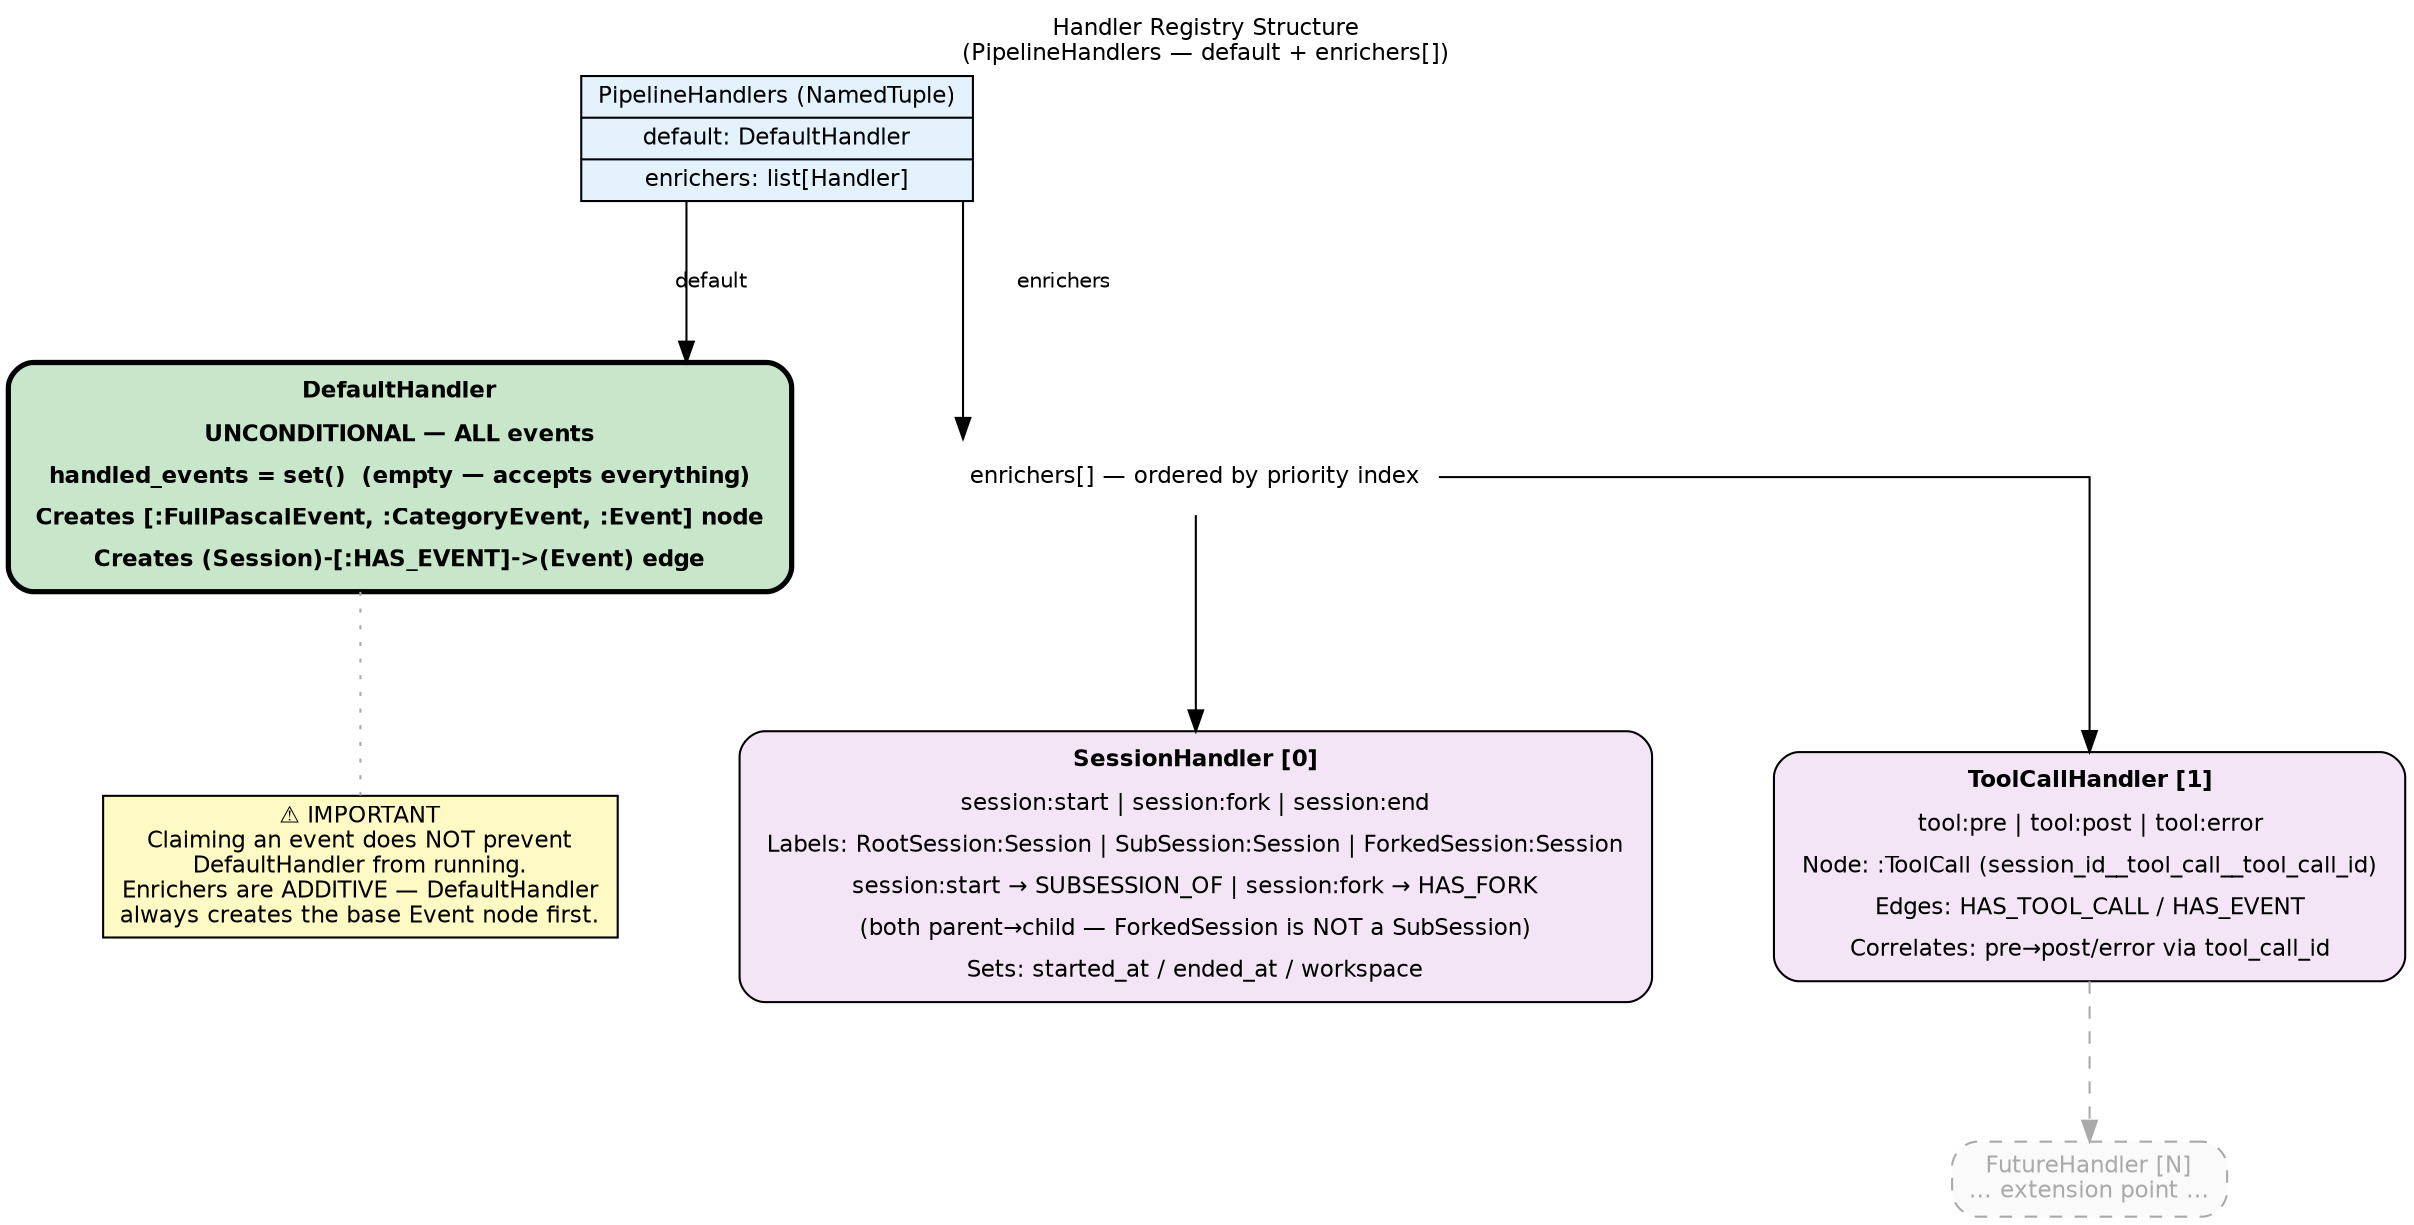
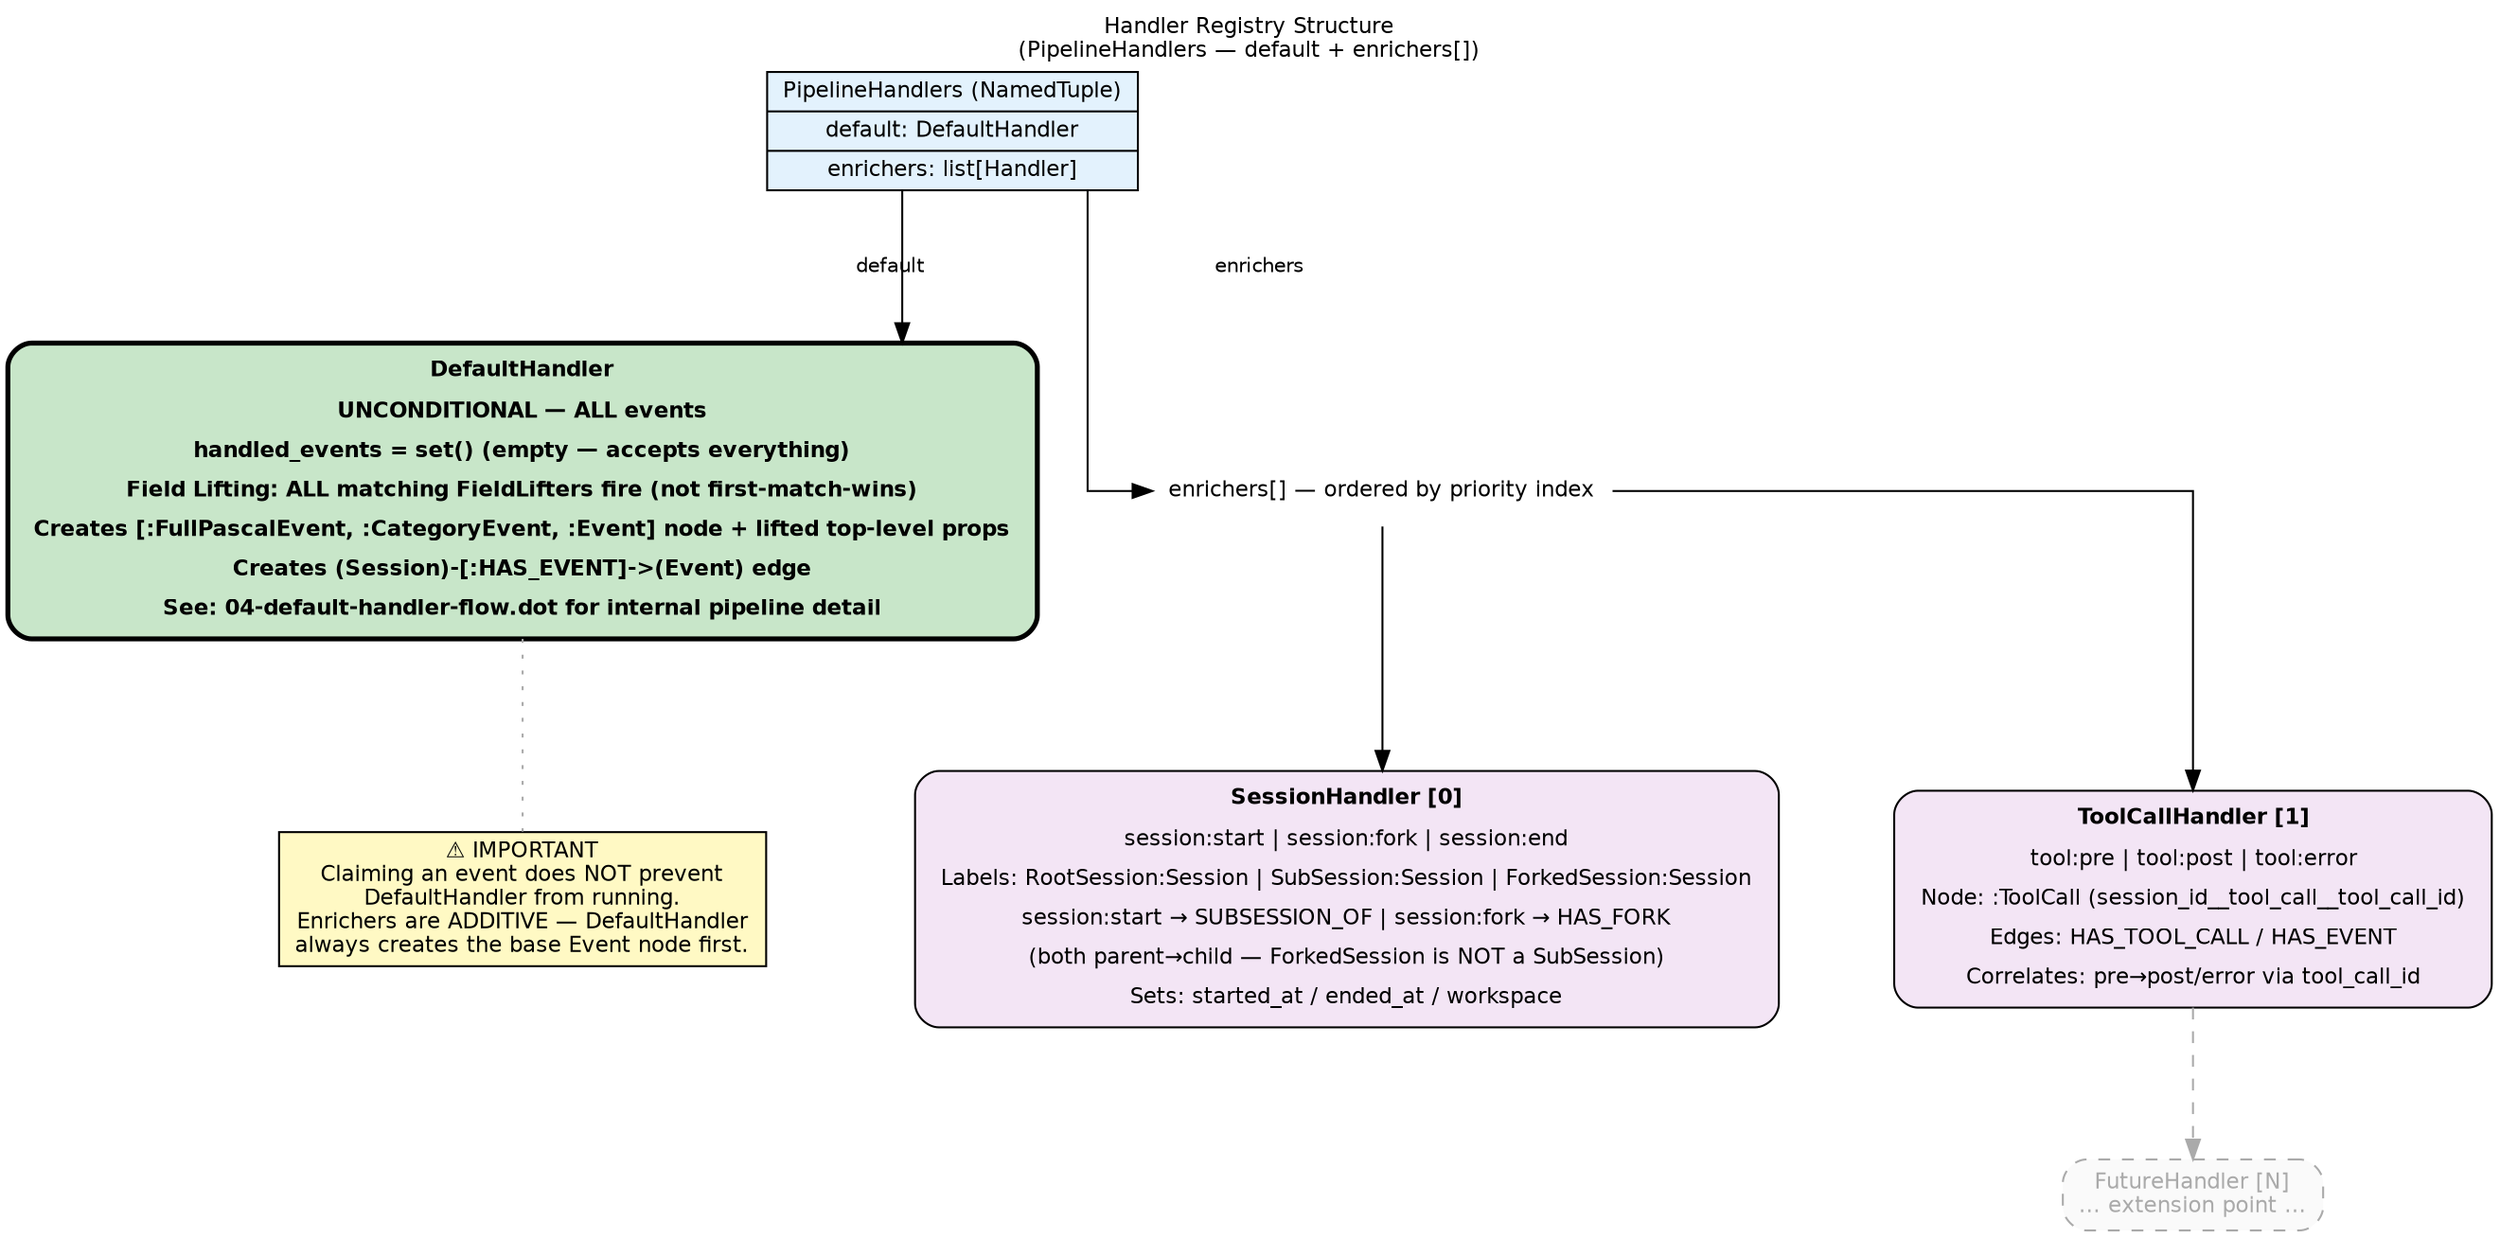
digraph handler_architecture {
    // ── Global defaults ───────────────────────────────────────────────────────
    graph [
        rankdir   = TB
        splines   = ortho
        nodesep   = 0.8
        ranksep   = 0.9
        fontname  = "Helvetica"
        fontsize  = 11
        label     = "Handler Registry Structure\n(PipelineHandlers — default + enrichers[])"
        labelloc  = t
        labeljust = c
    ]
    node [
        fontname = "Helvetica"
        fontsize = 11
        style    = "filled,rounded"
        shape    = box
    ]
    edge [
        fontname = "Helvetica"
        fontsize = 10
    ]

    // ── PipelineHandlers (NamedTuple record) ──────────────────────────────────
    PipelineHandlers [
        shape     = record
        style     = "filled"
        fillcolor = "#E3F2FD"
        label     = "{PipelineHandlers (NamedTuple) | default: DefaultHandler | enrichers: list[Handler]}"
    ]

    // ── DefaultHandler (ALWAYS — unconditional base layer) ────────────────────
    DefaultHandler [
        shape     = box
        style     = "filled,rounded"
        fillcolor = "#C8E6C9"
        fontname  = "Helvetica-Bold"
        penwidth  = 2.5
        label     = <<TABLE BORDER="0" CELLBORDER="0" CELLSPACING="2" CELLPADDING="3">
            <TR><TD><B>DefaultHandler</B></TD></TR>
            <TR><TD>UNCONDITIONAL &#8212; ALL events</TD></TR>
-             <TR><TD>handled_events = set()  (empty &#8212; accepts everything)</TD></TR>
-             <TR><TD>Creates [:FullPascalEvent, :CategoryEvent, :Event] node</TD></TR>
+             <TR><TD>handled_events = set() (empty &#8212; accepts everything)</TD></TR>
+             <TR><TD>Field Lifting: ALL matching FieldLifters fire (not first-match-wins)</TD></TR>
+             <TR><TD>Creates [:FullPascalEvent, :CategoryEvent, :Event] node + lifted top-level props</TD></TR>
            <TR><TD>Creates (Session)-[:HAS_EVENT]-&gt;(Event) edge</TD></TR>
+             <TR><TD>See: 04-default-handler-flow.dot for internal pipeline detail</TD></TR>
        </TABLE>>
    ]

    // ── Enrichers ordered list label ──────────────────────────────────────────
    enrichers_label [
        shape     = plaintext
        style     = ""
        fillcolor = "transparent"
        label     = "enrichers[] — ordered by priority index"
    ]

    // ── SessionHandler [0] ────────────────────────────────────────────────────
    SessionHandler [
        shape     = box
        style     = "filled,rounded"
        fillcolor = "#F3E5F5"
        label     = <<TABLE BORDER="0" CELLBORDER="0" CELLSPACING="2" CELLPADDING="3">
            <TR><TD><B>SessionHandler [0]</B></TD></TR>
            <TR><TD>session:start | session:fork | session:end</TD></TR>
            <TR><TD>Labels: RootSession:Session | SubSession:Session | ForkedSession:Session</TD></TR>
            <TR><TD>session:start &#8594; SUBSESSION_OF | session:fork &#8594; HAS_FORK</TD></TR>
            <TR><TD>(both parent&#8594;child — ForkedSession is NOT a SubSession)</TD></TR>
            <TR><TD>Sets: started_at / ended_at / workspace</TD></TR>
        </TABLE>>
    ]

    // ── ToolCallHandler [1] ───────────────────────────────────────────────────
    ToolCallHandler [
        shape     = box
        style     = "filled,rounded"
        fillcolor = "#F3E5F5"
        label     = <<TABLE BORDER="0" CELLBORDER="0" CELLSPACING="2" CELLPADDING="3">
            <TR><TD><B>ToolCallHandler [1]</B></TD></TR>
            <TR><TD>tool:pre | tool:post | tool:error</TD></TR>
            <TR><TD>Node: :ToolCall (session_id__tool_call__tool_call_id)</TD></TR>
            <TR><TD>Edges: HAS_TOOL_CALL / HAS_EVENT</TD></TR>
            <TR><TD>Correlates: pre&#8594;post/error via tool_call_id</TD></TR>
        </TABLE>>
    ]

    // ── FutureHandler [N] (extension point) ───────────────────────────────────
    FutureHandler [
        shape     = box
        style     = "filled,rounded,dashed"
        fillcolor = "#FAFAFA"
        color     = "#AAAAAA"
        fontcolor = "#AAAAAA"
        label     = "FutureHandler [N]\n… extension point …"
    ]

    // ── Warning note ──────────────────────────────────────────────────────────
    note [
        shape     = box
        style     = "filled"
        fillcolor = "#FFF9C4"
        label     = "⚠ IMPORTANT\nClaiming an event does NOT prevent\nDefaultHandler from running.\nEnrichers are ADDITIVE — DefaultHandler\nalways creates the base Event node first."
    ]

    // ── Edges ─────────────────────────────────────────────────────────────────
    PipelineHandlers -> DefaultHandler   [label = "default"]
    PipelineHandlers -> enrichers_label  [label = "enrichers"]
    enrichers_label  -> SessionHandler
    enrichers_label  -> ToolCallHandler
    ToolCallHandler  -> FutureHandler    [style = dashed, color = "#AAAAAA"]
    DefaultHandler   -> note             [style = dotted, color = "#AAAAAA", arrowhead = none]
}
